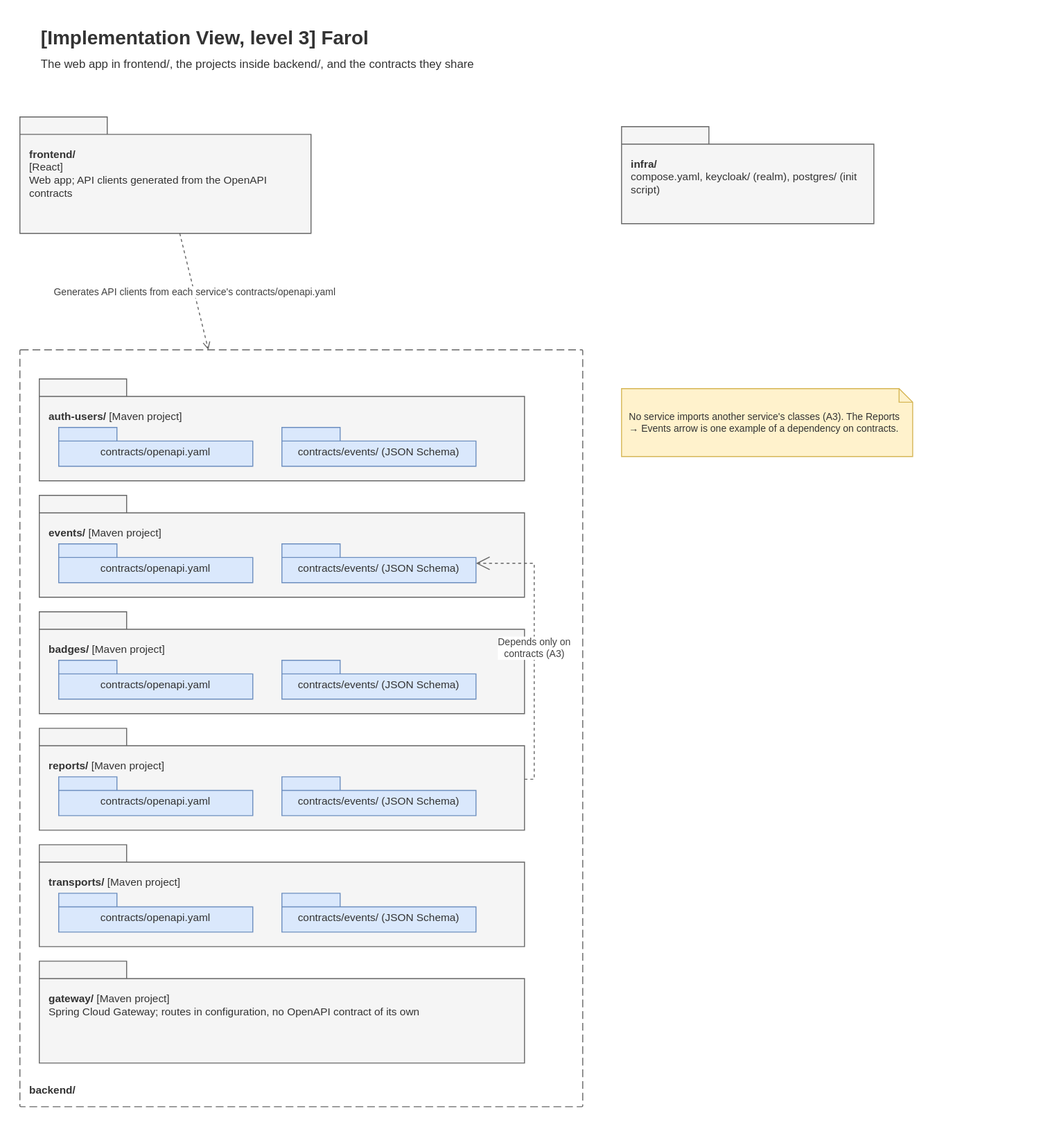
Earlier version of the draw.io export Docs/Technical/diagrams/implementation-view-level-3.drawio.svg (tomasoliveira21/LABDSOF). Source tidied: cells renumbered, new cells last; positions are measured from the earlier drawing's top-left corner, leaving out a move shared by most shapes.
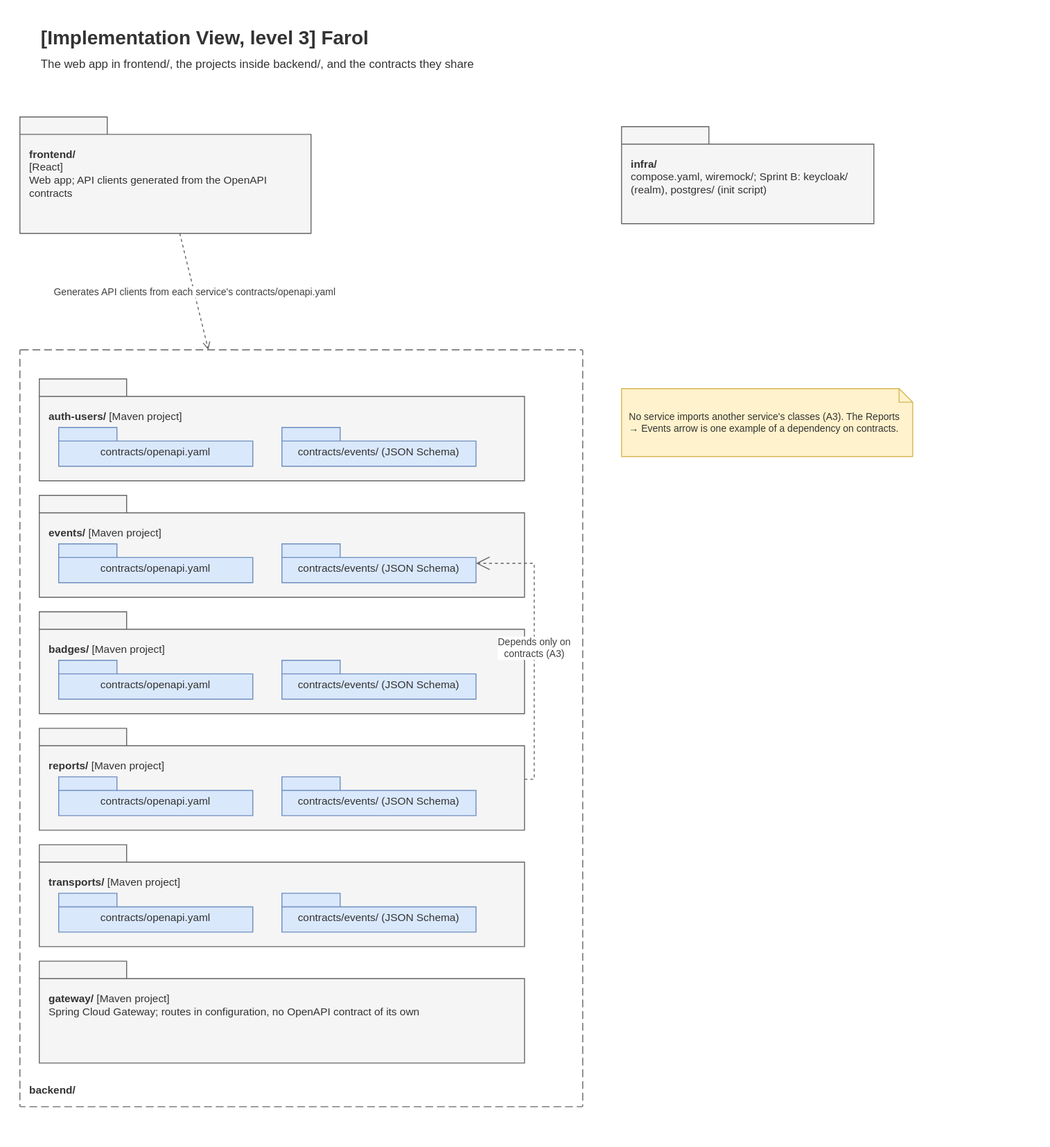
After the change.

Diff of the diagram source:
```diff
@@ -59,7 +59,7 @@
     <mxCell id="20" value="No service imports another service's classes (A3). The Reports → Events arrow is one example of a dependency on contracts." style="shape=note;size=14;whiteSpace=wrap;html=1;fillColor=#fff2cc;strokeColor=#d6b656;fontColor=#333333;align=left;spacing=8;fontSize=10;" parent="1" vertex="1">
       <mxGeometry x="620" y="380" width="300" height="70" as="geometry" />
     </mxCell>
-    <mxCell id="21" value="&lt;b&gt;infra/&lt;/b&gt;&lt;br&gt;compose.yaml, keycloak/ (realm), postgres/ (init script)" style="shape=folder;tabWidth=90;tabHeight=18;tabPosition=left;whiteSpace=wrap;html=1;fillColor=#f5f5f5;strokeColor=#666666;fontColor=#333333;verticalAlign=top;align=left;spacing=10;spacingTop=18;fontSize=11;" parent="1" vertex="1">
+    <mxCell id="21" value="&lt;b&gt;infra/&lt;/b&gt;&lt;br&gt;compose.yaml, wiremock/; Sprint B: keycloak/ (realm), postgres/ (init script)" style="shape=folder;tabWidth=90;tabHeight=18;tabPosition=left;whiteSpace=wrap;html=1;fillColor=#f5f5f5;strokeColor=#666666;fontColor=#333333;verticalAlign=top;align=left;spacing=10;spacingTop=18;fontSize=11;" parent="1" vertex="1">
       <mxGeometry x="620" y="110" width="260" height="100" as="geometry" />
     </mxCell>
     <mxCell id="22" value="&lt;b&gt;frontend/&lt;/b&gt;&lt;br&gt;[React]&lt;br&gt;Web app; API clients generated from the OpenAPI contracts" style="shape=folder;tabWidth=90;tabHeight=18;tabPosition=left;whiteSpace=wrap;html=1;fillColor=#f5f5f5;strokeColor=#666666;fontColor=#333333;verticalAlign=top;align=left;spacing=10;spacingTop=18;fontSize=11;" parent="1" vertex="1">
```
